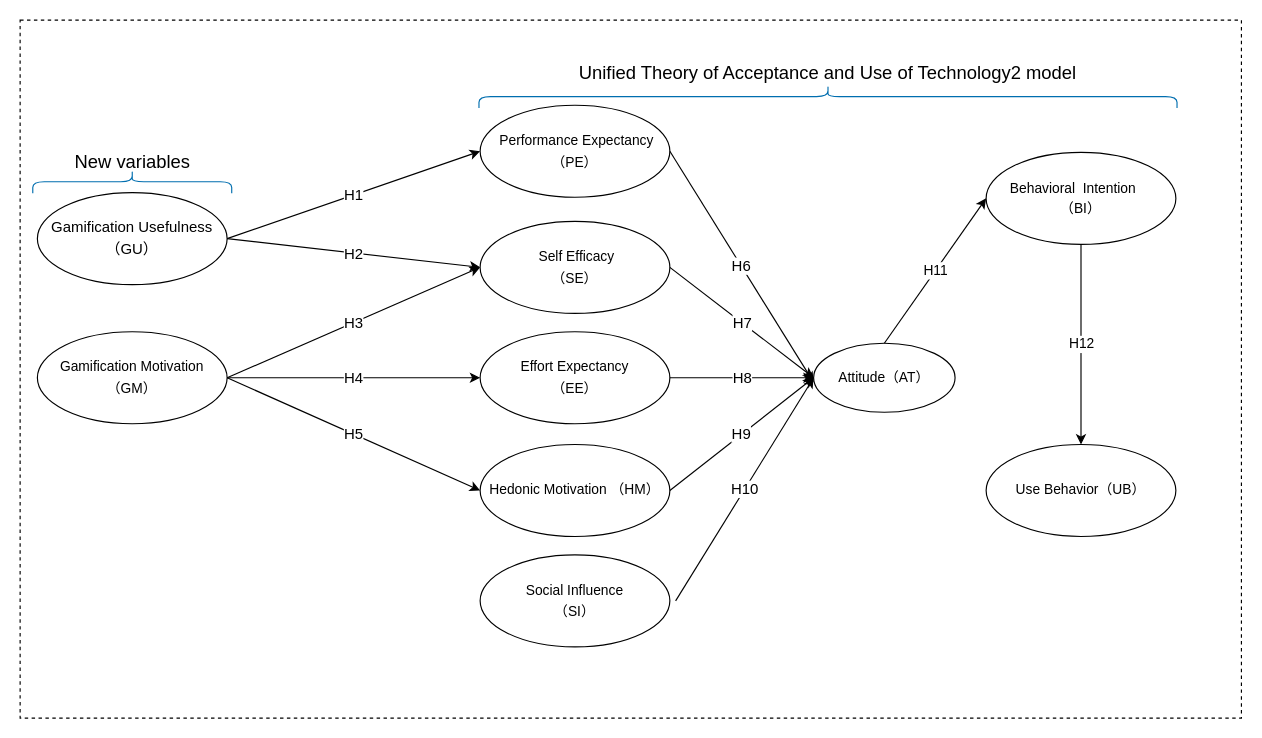
Earlier version of the draw.io diagram 結構模型2.drawio (raknza/Master-Thesis). Source tidied: cells renumbered, new cells numbered last; positions are measured from the earlier drawing's top-left corner, leaving out a move shared by most shapes. Both pictures are drawn from the tidied source at 115%, with x=0, y=0 at pixel (20, -253).
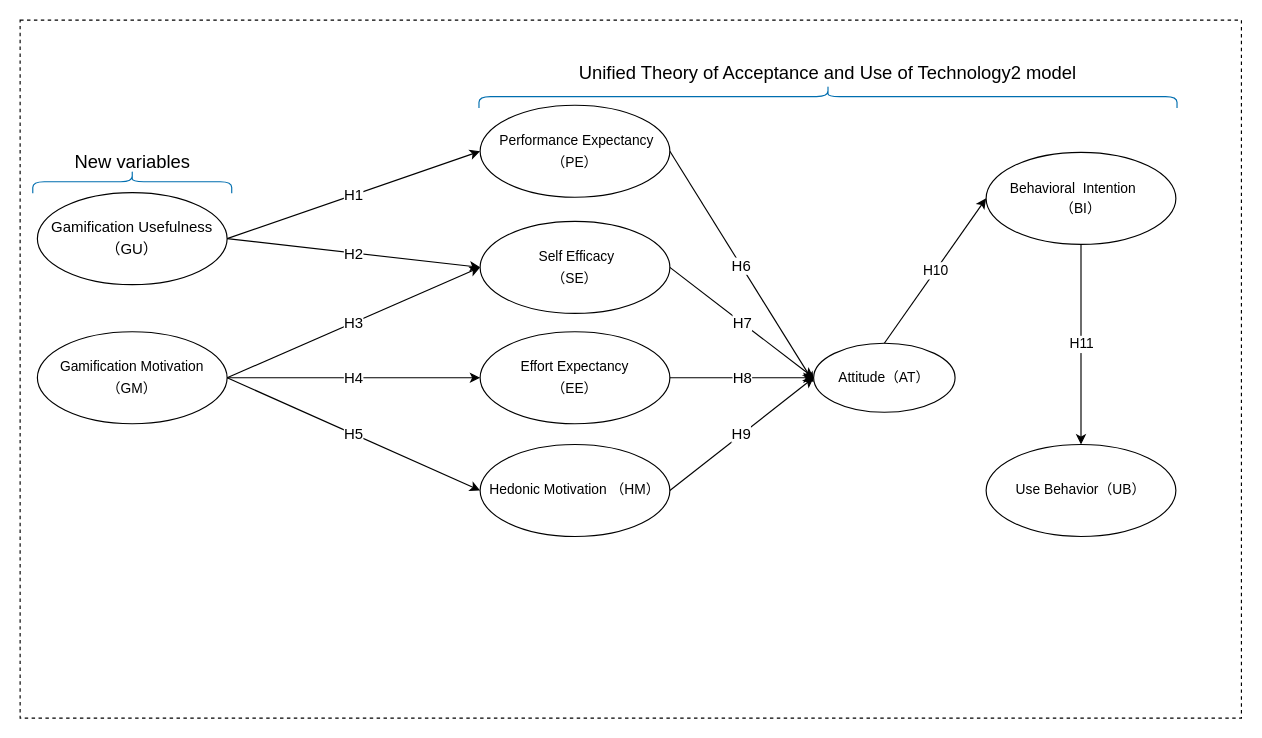
The same diagram, later.

The change refers to these unchanged cells:
```xml
<mxCell id="5" value="&lt;p style=&quot;line-height: 140%&quot;&gt;&lt;span style=&quot;font-size: 12px&quot;&gt;Attitude（AT）&lt;/span&gt;&lt;br&gt;&lt;/p&gt;" style="ellipse;whiteSpace=wrap;html=1;spacingBottom=0;fontSize=13;fontStyle=0;" parent="1" vertex="1">
  <mxGeometry x="690" y="518" width="123" height="60" as="geometry" />
</mxCell>
<mxCell id="21" value="&lt;p class=&quot;MDPI42tablebody&quot; style=&quot;line-height: normal&quot;&gt;&amp;nbsp;Behavioral&amp;nbsp; Intention&amp;nbsp; &amp;nbsp; &amp;nbsp; （BI）&lt;br&gt;&lt;/p&gt;" style="ellipse;whiteSpace=wrap;html=1;spacingBottom=0;fontSize=12;fontStyle=0;spacing=0;" parent="1" vertex="1">
  <mxGeometry x="840" y="352" width="165" height="80" as="geometry" />
</mxCell>
<mxCell id="22" value="&lt;p style=&quot;line-height: 140%&quot;&gt;&lt;span style=&quot;font-size: 12px&quot;&gt;Use Behavior（UB）&lt;/span&gt;&lt;br&gt;&lt;/p&gt;" style="ellipse;whiteSpace=wrap;html=1;spacingBottom=0;fontSize=13;fontStyle=0;" parent="1" vertex="1">
  <mxGeometry x="840" y="606" width="165" height="80" as="geometry" />
</mxCell>
```

What changed in the source:
```diff
@@
-    <mxCell id="10" value="&lt;p style=&quot;line-height: 140%&quot;&gt;&lt;span style=&quot;font-size: 12px&quot;&gt;Social Influence&lt;/span&gt;&lt;br style=&quot;font-size: 12px&quot;&gt;&lt;span style=&quot;font-size: 12px&quot;&gt;（SI）&lt;/span&gt;&lt;br&gt;&lt;/p&gt;" style="ellipse;whiteSpace=wrap;html=1;spacingBottom=0;fontSize=13;fontStyle=0;" parent="1" vertex="1">
-      <mxGeometry x="400" y="702" width="165" height="80" as="geometry" />
-    </mxCell>
@@
-    <mxCell id="16" value="H10" style="endArrow=classic;html=1;fontSize=13;entryX=0;entryY=0.5;entryDx=0;entryDy=0;" parent="1" edge="1" target="5">
-      <mxGeometry relative="1" as="geometry">
-        <mxPoint x="570" y="742" as="sourcePoint" />
-      </mxGeometry>
-    </mxCell>
@@
-    <mxCell id="23" value="H11" style="endArrow=classic;html=1;fontSize=12;exitX=0.5;exitY=0;exitDx=0;exitDy=0;entryX=0;entryY=0.5;entryDx=0;entryDy=0;" parent="1" edge="1" source="5" target="21">
+    <mxCell id="23" value="H10" style="endArrow=classic;html=1;fontSize=12;exitX=0.5;exitY=0;exitDx=0;exitDy=0;entryX=0;entryY=0.5;entryDx=0;entryDy=0;" parent="1" edge="1" source="5" target="21">
       <mxGeometry relative="1" as="geometry" />
     </mxCell>
-    <mxCell id="24" value="H12" style="endArrow=classic;html=1;fontSize=12;exitX=0.5;exitY=1;exitDx=0;exitDy=0;entryX=0.5;entryY=0;entryDx=0;entryDy=0;" parent="1" edge="1" source="21" target="22">
+    <mxCell id="24" value="H11" style="endArrow=classic;html=1;fontSize=12;exitX=0.5;exitY=1;exitDx=0;exitDy=0;entryX=0.5;entryY=0;entryDx=0;entryDy=0;" parent="1" edge="1" source="21" target="22">
       <mxGeometry relative="1" as="geometry" />
     </mxCell>
```
